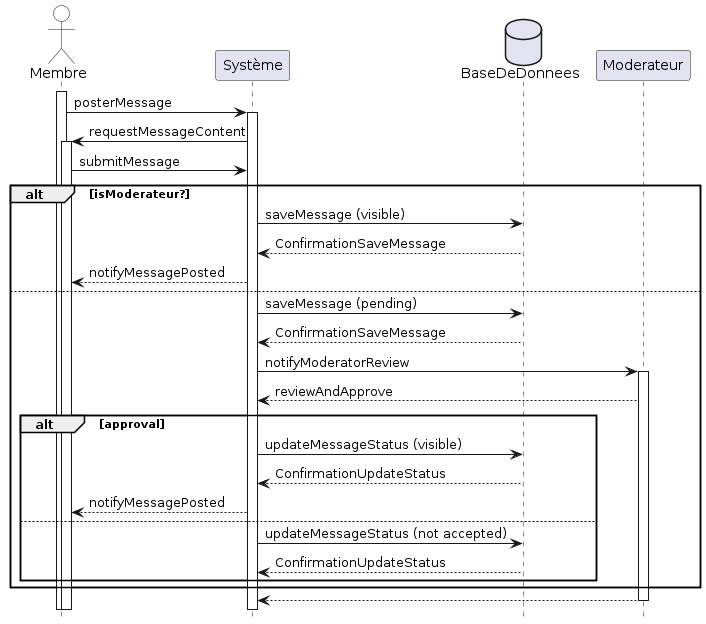
yesminete/MiniSocs keeps this PlantUML diagram as Diagrammes/minisocs_uml_diag_seq_poster_message.png. Above is the earlier version. Its diagram source:
```plantuml
@startuml


hide footbox
skinparam sequenceParticiantBackgroundColor White
skinparam sequenceActorBackgroundColor White

actor Membre
participant Système
database BaseDeDonnees
participant Moderateur

activate Membre
Membre -> Système: posterMessage
activate Système
Système -> Membre: requestMessageContent
activate Membre
Membre -> Système: submitMessage

alt isModerateur?
    Système -> BaseDeDonnees: saveMessage (visible)
    BaseDeDonnees --> Système: ConfirmationSaveMessage
    Système --> Membre: notifyMessagePosted
else
    Système -> BaseDeDonnees: saveMessage (pending)
    BaseDeDonnees --> Système: ConfirmationSaveMessage
    Système -> Moderateur: notifyModeratorReview
    activate Moderateur
    Moderateur --> Système: reviewAndApprove
    alt approval
       Système -> BaseDeDonnees: updateMessageStatus (visible)
       BaseDeDonnees --> Système: ConfirmationUpdateStatus
       Système --> Membre: notifyMessagePosted
    else
       Système -> BaseDeDonnees: updateMessageStatus (not accepted)
       BaseDeDonnees --> Système: ConfirmationUpdateStatus
    end
end
return

@enduml
```
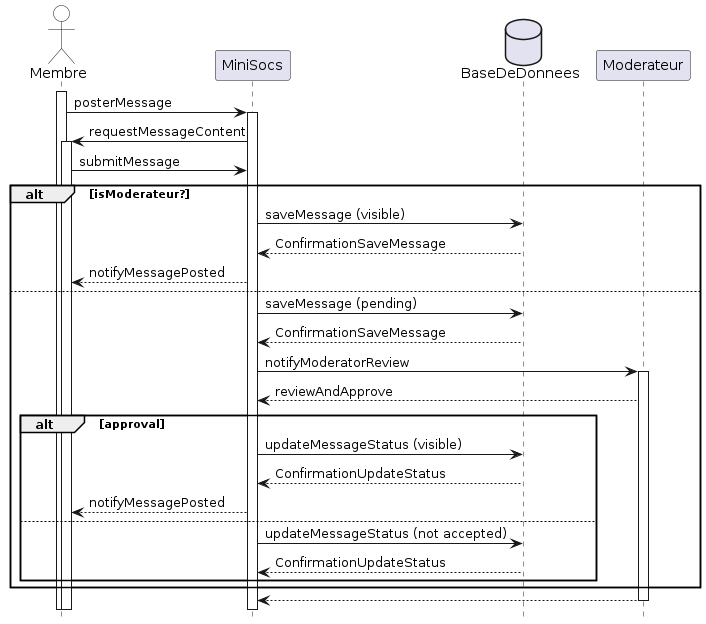
Later version of the same file.

Commit message:
Modification diagramme de seq poster message, diagramme de seq creer réseau, diagramme d'état message

Change to the diagram source:
```diff
@@ -6,34 +6,34 @@
 skinparam sequenceActorBackgroundColor White
 
 actor Membre
-participant Système
+participant MiniSocs
 database BaseDeDonnees
 participant Moderateur
 
 activate Membre
-Membre -> Système: posterMessage
-activate Système
-Système -> Membre: requestMessageContent
+Membre -> MiniSocs: posterMessage
+activate MiniSocs
+MiniSocs -> Membre: requestMessageContent
 activate Membre
-Membre -> Système: submitMessage
+Membre -> MiniSocs: submitMessage
 
 alt isModerateur?
-    Système -> BaseDeDonnees: saveMessage (visible)
-    BaseDeDonnees --> Système: ConfirmationSaveMessage
-    Système --> Membre: notifyMessagePosted
+    MiniSocs -> BaseDeDonnees: saveMessage (visible)
+    BaseDeDonnees --> MiniSocs: ConfirmationSaveMessage
+    MiniSocs --> Membre: notifyMessagePosted
 else
-    Système -> BaseDeDonnees: saveMessage (pending)
-    BaseDeDonnees --> Système: ConfirmationSaveMessage
-    Système -> Moderateur: notifyModeratorReview
+    MiniSocs -> BaseDeDonnees: saveMessage (pending)
+    BaseDeDonnees --> MiniSocs: ConfirmationSaveMessage
+    MiniSocs -> Moderateur: notifyModeratorReview
     activate Moderateur
-    Moderateur --> Système: reviewAndApprove
+    Moderateur --> MiniSocs: reviewAndApprove
     alt approval
-       Système -> BaseDeDonnees: updateMessageStatus (visible)
-       BaseDeDonnees --> Système: ConfirmationUpdateStatus
-       Système --> Membre: notifyMessagePosted
+       MiniSocs -> BaseDeDonnees: updateMessageStatus (visible)
+       BaseDeDonnees --> MiniSocs: ConfirmationUpdateStatus
+       MiniSocs --> Membre: notifyMessagePosted
     else
-       Système -> BaseDeDonnees: updateMessageStatus (not accepted)
-       BaseDeDonnees --> Système: ConfirmationUpdateStatus
+       MiniSocs -> BaseDeDonnees: updateMessageStatus (not accepted)
+       BaseDeDonnees --> MiniSocs: ConfirmationUpdateStatus
     end
 end
 return
```
